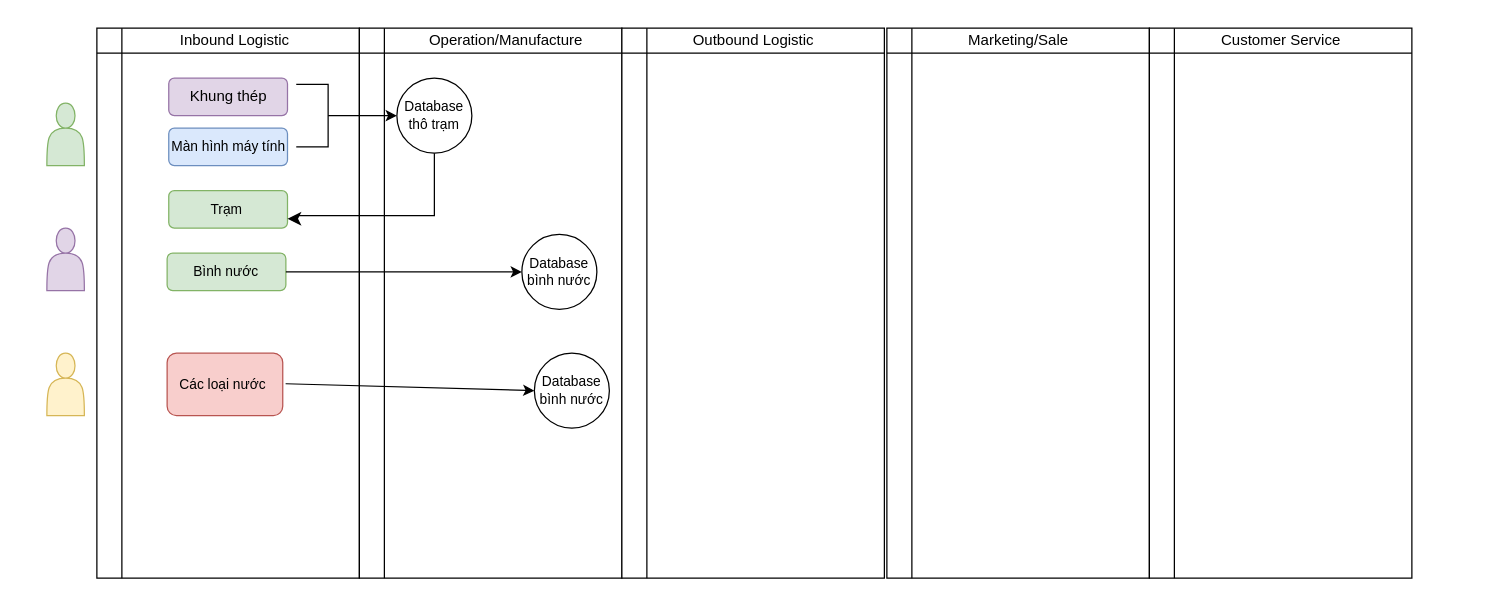
BaoLeViet/HTTTQL- keeps this draw.io diagram as Untitled Diagram.drawio. Above is the earlier version. Source tidied: cells renumbered, new cells numbered last; positions are measured from the earlier drawing's top-left corner, leaving out a move shared by most shapes. Both pictures are drawn from the tidied source at 125%, with x=0, y=0 at pixel (46, 21).
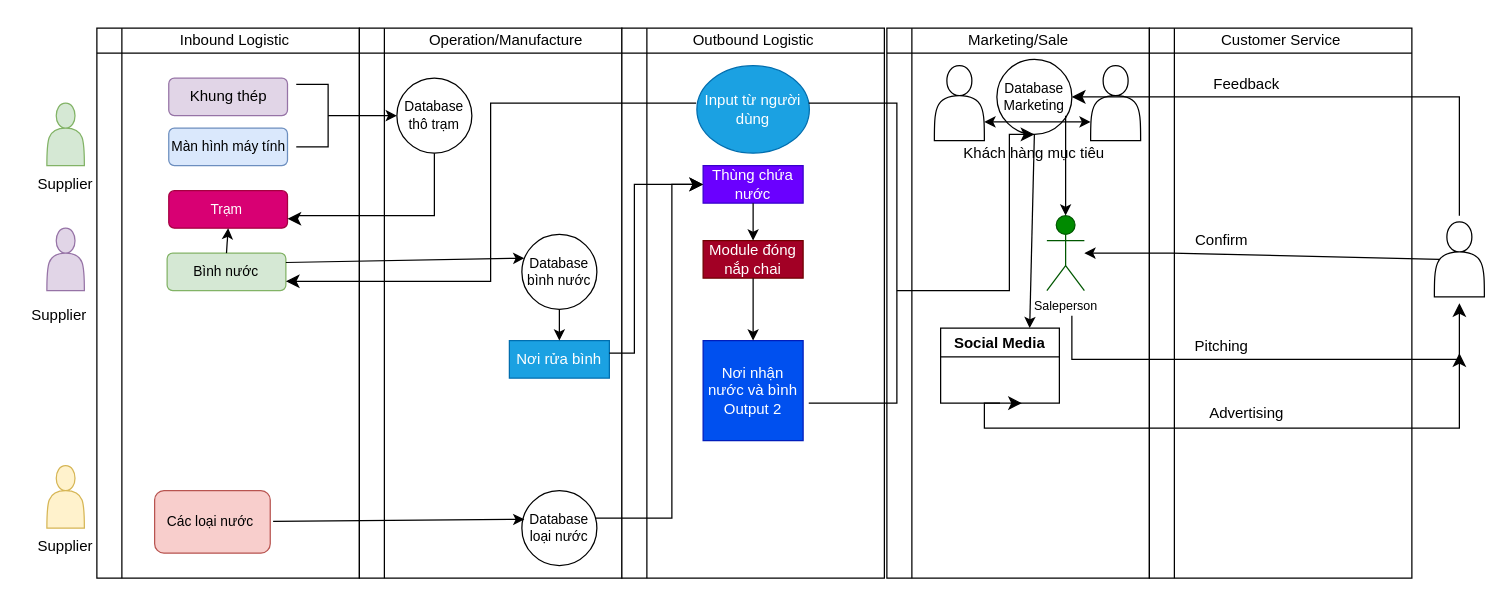
The same diagram, later.

Unchanged cells that the change refers to:
```xml
<mxCell id="14" value="&lt;span style=&quot;font-size: 11px;&quot;&gt;Bình nước&lt;/span&gt;" style="rounded=1;whiteSpace=wrap;html=1;fillColor=#d5e8d4;strokeColor=#82b366;" parent="1" vertex="1">
  <mxGeometry x="96.2" y="185" width="95" height="30" as="geometry" />
</mxCell>
<mxCell id="24" value="Database bình nước" style="ellipse;whiteSpace=wrap;html=1;fontSize=11;" parent="1" vertex="1">
  <mxGeometry x="380" y="170" width="60" height="60" as="geometry" />
</mxCell>
```

What changed in the source:
```diff
@@
-    <mxCell id="5" style="shape=internalStorage;whiteSpace=wrap;html=1;backgroundOutline=1;" parent="1" vertex="1">
+    <mxCell id="5" value="&lt;div style=&quot;&quot;&gt;&lt;br&gt;&lt;/div&gt;" style="shape=internalStorage;whiteSpace=wrap;html=1;backgroundOutline=1;align=center;" parent="1" vertex="1">
       <mxGeometry x="672" y="5" width="210" height="440" as="geometry" />
     </mxCell>
@@
     <mxCell id="15" value="&lt;span style=&quot;font-size: 11px;&quot;&gt;Các loại nước&amp;nbsp;&lt;/span&gt;" style="rounded=1;whiteSpace=wrap;html=1;fillColor=#f8cecc;strokeColor=#b85450;" parent="1" vertex="1">
-      <mxGeometry x="96.2" y="265" width="92.5" height="50" as="geometry" />
+      <mxGeometry x="86.2" y="375" width="92.5" height="50" as="geometry" />
     </mxCell>
@@
-    <mxCell id="19" value="&lt;span style=&quot;font-size: 11px;&quot;&gt;Trạm&amp;nbsp;&lt;/span&gt;" style="rounded=1;whiteSpace=wrap;html=1;fillColor=#d5e8d4;strokeColor=#82b366;" parent="1" vertex="1">
+    <mxCell id="19" value="&lt;span style=&quot;font-size: 11px;&quot;&gt;Trạm&amp;nbsp;&lt;/span&gt;" style="rounded=1;whiteSpace=wrap;html=1;fillColor=#d80073;strokeColor=#A50040;fontColor=#ffffff;" parent="1" vertex="1">
       <mxGeometry x="97.5" y="135" width="95" height="30" as="geometry" />
     </mxCell>
@@
     <mxCell id="23" style="shape=actor;whiteSpace=wrap;html=1;fillColor=#fff2cc;strokeColor=#d6b656;" parent="1" vertex="1">
-      <mxGeometry y="265" width="30" height="50" as="geometry" />
+      <mxGeometry y="355" width="30" height="50" as="geometry" />
     </mxCell>
@@
-    <mxCell id="25" style="endArrow=classic;html=1;rounded=0;entryX=0;entryY=0.5;entryDx=0;entryDy=0;exitX=1;exitY=0.5;exitDx=0;exitDy=0;" parent="1" edge="1" source="14" target="24">
+    <mxCell id="25" style="endArrow=classic;html=1;rounded=0;entryX=0.033;entryY=0.317;entryDx=0;entryDy=0;exitX=1;exitY=0.25;exitDx=0;exitDy=0;entryPerimeter=0;" parent="1" edge="1" source="14" target="24">
       <mxGeometry relative="1" as="geometry" />
     </mxCell>
-    <mxCell id="26" value="Database bình nước" style="ellipse;whiteSpace=wrap;html=1;fontSize=11;" parent="1" vertex="1">
-      <mxGeometry x="390" y="265" width="60" height="60" as="geometry" />
+    <mxCell id="26" value="Database loại nước" style="ellipse;whiteSpace=wrap;html=1;fontSize=11;" parent="1" vertex="1">
+      <mxGeometry x="380" y="375" width="60" height="60" as="geometry" />
     </mxCell>
-    <mxCell id="27" style="endArrow=classic;html=1;rounded=0;exitX=1;exitY=0.5;exitDx=0;exitDy=0;entryX=0;entryY=0.5;entryDx=0;entryDy=0;" parent="1" edge="1" target="26">
+    <mxCell id="27" style="endArrow=classic;html=1;rounded=0;exitX=1;exitY=0.5;exitDx=0;exitDy=0;entryX=0.033;entryY=0.383;entryDx=0;entryDy=0;entryPerimeter=0;" parent="1" edge="1" target="26">
       <mxGeometry relative="1" as="geometry">
-        <mxPoint x="191" y="289.5" as="sourcePoint" />
+        <mxPoint x="181" y="399.5" as="sourcePoint" />
       </mxGeometry>
     </mxCell>
+    <mxCell id="28" value="Nơi rửa bình" style="rounded=0;whiteSpace=wrap;html=1;fillColor=#1ba1e2;fontColor=#ffffff;strokeColor=#006EAF;" parent="1" vertex="1">
+      <mxGeometry x="370" y="255" width="80" height="30" as="geometry" />
+    </mxCell>
+    <mxCell id="29" style="endArrow=classic;html=1;rounded=0;entryX=0.5;entryY=0;entryDx=0;entryDy=0;exitX=0.5;exitY=1;exitDx=0;exitDy=0;" parent="1" edge="1" source="24" target="28">
+      <mxGeometry relative="1" as="geometry" />
+    </mxCell>
+    <mxCell id="30" value="Thùng chứa nước" style="rounded=0;whiteSpace=wrap;html=1;fillColor=#6a00ff;fontColor=#ffffff;strokeColor=#3700CC;" parent="1" vertex="1">
+      <mxGeometry x="525" y="115" width="80" height="30" as="geometry" />
+    </mxCell>
+    <mxCell id="31" style="edgeStyle=elbowEdgeStyle;elbow=horizontal;endArrow=classic;html=1;curved=0;rounded=0;endSize=8;startSize=8;entryX=0;entryY=0.5;entryDx=0;entryDy=0;" parent="1" edge="1" target="30">
+      <mxGeometry relative="1" as="geometry">
+        <mxPoint x="450" y="265" as="sourcePoint" />
+        <Array as="points">
+          <mxPoint x="470" y="75" />
+        </Array>
+      </mxGeometry>
+    </mxCell>
+    <mxCell id="32" style="edgeStyle=elbowEdgeStyle;elbow=horizontal;endArrow=classic;html=1;curved=0;rounded=0;endSize=8;startSize=8;entryX=0;entryY=0.5;entryDx=0;entryDy=0;exitX=0.983;exitY=0.367;exitDx=0;exitDy=0;exitPerimeter=0;" parent="1" edge="1" source="26" target="30">
+      <mxGeometry relative="1" as="geometry">
+        <Array as="points">
+          <mxPoint x="500" y="235" />
+        </Array>
+      </mxGeometry>
+    </mxCell>
+    <mxCell id="33" value="Module đóng nắp chai" style="rounded=0;whiteSpace=wrap;html=1;fillColor=#a20025;fontColor=#ffffff;strokeColor=#6F0000;" parent="1" vertex="1">
+      <mxGeometry x="525" y="175" width="80" height="30" as="geometry" />
+    </mxCell>
+    <mxCell id="34" style="endArrow=classic;html=1;rounded=0;entryX=0.5;entryY=0;entryDx=0;entryDy=0;exitX=0.5;exitY=1;exitDx=0;exitDy=0;" parent="1" edge="1" source="30" target="33">
+      <mxGeometry relative="1" as="geometry" />
+    </mxCell>
+    <mxCell id="35" value="Nơi nhận nước và bình Output 2" style="rounded=0;whiteSpace=wrap;html=1;fillColor=#0050ef;fontColor=#ffffff;strokeColor=#001DBC;" parent="1" vertex="1">
+      <mxGeometry x="525" y="255" width="80" height="80" as="geometry" />
+    </mxCell>
+    <mxCell id="36" style="endArrow=classic;html=1;rounded=0;entryX=0.5;entryY=0;entryDx=0;entryDy=0;exitX=0.5;exitY=1;exitDx=0;exitDy=0;" parent="1" edge="1" source="33" target="35">
+      <mxGeometry relative="1" as="geometry" />
+    </mxCell>
+    <mxCell id="37" style="endArrow=classic;html=1;rounded=0;exitX=0.5;exitY=0;exitDx=0;exitDy=0;entryX=0.5;entryY=1;entryDx=0;entryDy=0;" parent="1" edge="1" source="14" target="19">
+      <mxGeometry relative="1" as="geometry" />
+    </mxCell>
+    <mxCell id="38" value="Database Marketing" style="ellipse;whiteSpace=wrap;html=1;fontSize=11;" parent="1" vertex="1">
+      <mxGeometry x="760" y="30" width="60" height="60" as="geometry" />
+    </mxCell>
+    <mxCell id="39" style="shape=actor;whiteSpace=wrap;html=1;" parent="1" vertex="1">
+      <mxGeometry x="835" y="35" width="40" height="60" as="geometry" />
+    </mxCell>
+    <mxCell id="40" style="shape=actor;whiteSpace=wrap;html=1;" parent="1" vertex="1">
+      <mxGeometry x="710" y="35" width="40" height="60" as="geometry" />
+    </mxCell>
+    <mxCell id="41" value="Khách hàng mục tiêu" style="text;html=1;align=center;verticalAlign=middle;whiteSpace=wrap;rounded=0;" parent="1" vertex="1">
+      <mxGeometry x="715" y="90" width="150" height="30" as="geometry" />
+    </mxCell>
+    <mxCell id="42" value="Input từ người dùng" style="ellipse;whiteSpace=wrap;html=1;fillColor=#1ba1e2;fontColor=#ffffff;strokeColor=#006EAF;" parent="1" vertex="1">
+      <mxGeometry x="520" y="35" width="90" height="70" as="geometry" />
+    </mxCell>
+    <mxCell id="43" style="edgeStyle=elbowEdgeStyle;elbow=horizontal;endArrow=classic;html=1;curved=0;rounded=0;endSize=8;startSize=8;entryX=1;entryY=0.75;entryDx=0;entryDy=0;" parent="1" edge="1" target="14">
+      <mxGeometry relative="1" as="geometry">
+        <mxPoint x="519.4" y="65" as="sourcePoint" />
+      </mxGeometry>
+    </mxCell>
+    <mxCell id="44" style="shape=partialRectangle;whiteSpace=wrap;html=1;bottom=1;right=1;left=1;top=0;fillColor=none;routingCenterX=-0.5;rotation=-90;" parent="1" vertex="1">
+      <mxGeometry x="525" y="150" width="240" height="70" as="geometry" />
+    </mxCell>
+    <mxCell id="45" style="edgeStyle=segmentEdgeStyle;endArrow=classic;html=1;curved=0;rounded=0;endSize=8;startSize=8;entryX=0.5;entryY=0;entryDx=0;entryDy=0;" parent="1" edge="1" target="41">
+      <mxGeometry relative="1" as="geometry">
+        <mxPoint x="680" y="215" as="sourcePoint" />
+        <Array as="points">
+          <mxPoint x="770" y="215" />
+          <mxPoint x="770" y="90" />
+        </Array>
+      </mxGeometry>
+    </mxCell>
+    <mxCell id="46" style="endArrow=classic;startArrow=classic;html=1;rounded=0;exitX=1;exitY=0.75;exitDx=0;exitDy=0;entryX=0;entryY=0.75;entryDx=0;entryDy=0;" parent="1" edge="1" source="40" target="39">
+      <mxGeometry relative="1" as="geometry" />
+    </mxCell>
+    <mxCell id="47" value="Saleperson" style="shape=umlActor;verticalLabelPosition=bottom;verticalAlign=top;html=1;outlineConnect=0;fillColor=#008a00;fontColor=#000000;strokeColor=#005700;fontSize=10;" parent="1" vertex="1">
+      <mxGeometry x="800" y="155" width="30" height="60" as="geometry" />
+    </mxCell>
+    <mxCell id="48" style="endArrow=classic;html=1;rounded=0;entryX=0.5;entryY=0;entryDx=0;entryDy=0;entryPerimeter=0;" parent="1" edge="1" target="47">
+      <mxGeometry relative="1" as="geometry">
+        <mxPoint x="815" y="75" as="sourcePoint" />
+      </mxGeometry>
+    </mxCell>
+    <mxCell id="49" style="shape=actor;whiteSpace=wrap;html=1;" parent="1" vertex="1">
+      <mxGeometry x="1110" y="160" width="40" height="60" as="geometry" />
+    </mxCell>
+    <mxCell id="50" style="edgeStyle=segmentEdgeStyle;endArrow=classic;html=1;curved=0;rounded=0;endSize=8;startSize=8;" parent="1" edge="1">
+      <mxGeometry relative="1" as="geometry">
+        <mxPoint x="820" y="235" as="sourcePoint" />
+        <mxPoint x="1130" y="225" as="targetPoint" />
+        <Array as="points">
+          <mxPoint x="820" y="270" />
+          <mxPoint x="1130" y="270" />
+        </Array>
+      </mxGeometry>
+    </mxCell>
+    <mxCell id="51" style="endArrow=classic;html=1;rounded=0;exitX=0.1;exitY=0.5;exitDx=0;exitDy=0;exitPerimeter=0;" parent="1" edge="1" source="49" target="47">
+      <mxGeometry relative="1" as="geometry">
+        <Array as="points">
+          <mxPoint x="900" y="185" />
+          <mxPoint x="830" y="185" />
+        </Array>
+      </mxGeometry>
+    </mxCell>
+    <mxCell id="52" value="Pitching" style="text;html=1;align=center;verticalAlign=middle;whiteSpace=wrap;rounded=0;rotation=0;" parent="1" vertex="1">
+      <mxGeometry x="910" y="245" width="60" height="30" as="geometry" />
+    </mxCell>
+    <mxCell id="53" value="Confirm" style="text;html=1;align=center;verticalAlign=middle;whiteSpace=wrap;rounded=0;rotation=0;" parent="1" vertex="1">
+      <mxGeometry x="910" y="160" width="60" height="30" as="geometry" />
+    </mxCell>
+    <mxCell id="54" value="Social Media" style="swimlane;whiteSpace=wrap;html=1;" parent="1" vertex="1">
+      <mxGeometry x="715" y="245" width="95" height="60" as="geometry" />
+    </mxCell>
+    <mxCell id="55" style="endArrow=classic;html=1;rounded=0;entryX=0.75;entryY=0;entryDx=0;entryDy=0;exitX=0.5;exitY=1;exitDx=0;exitDy=0;" parent="1" edge="1" source="38" target="54">
+      <mxGeometry relative="1" as="geometry" />
+    </mxCell>
+    <mxCell id="56" style="edgeStyle=segmentEdgeStyle;endArrow=classic;html=1;curved=0;rounded=0;endSize=8;startSize=8;exitX=0.5;exitY=1;exitDx=0;exitDy=0;" parent="1" edge="1" source="54">
+      <mxGeometry relative="1" as="geometry">
+        <mxPoint x="1130" y="265" as="targetPoint" />
+        <Array as="points">
+          <mxPoint x="750" y="305" />
+          <mxPoint x="750" y="325" />
+          <mxPoint x="1130" y="325" />
+        </Array>
+      </mxGeometry>
+    </mxCell>
+    <mxCell id="57" style="edgeStyle=segmentEdgeStyle;endArrow=classic;html=1;curved=0;rounded=0;endSize=8;startSize=8;entryX=1;entryY=0.5;entryDx=0;entryDy=0;" parent="1" edge="1" target="38">
+      <mxGeometry relative="1" as="geometry">
+        <mxPoint x="1130" y="155" as="sourcePoint" />
+        <Array as="points">
+          <mxPoint x="1130" y="60" />
+        </Array>
+      </mxGeometry>
+    </mxCell>
+    <mxCell id="58" value="Feedback" style="text;html=1;align=center;verticalAlign=middle;whiteSpace=wrap;rounded=0;rotation=0;" parent="1" vertex="1">
+      <mxGeometry x="929.5" y="35" width="60" height="30" as="geometry" />
+    </mxCell>
+    <mxCell id="59" style="edgeStyle=segmentEdgeStyle;endArrow=classic;html=1;curved=0;rounded=0;endSize=8;startSize=8;" parent="1" edge="1">
+      <mxGeometry relative="1" as="geometry">
+        <mxPoint x="777" y="305" as="sourcePoint" />
+        <mxPoint x="780" y="305" as="targetPoint" />
+      </mxGeometry>
+    </mxCell>
+    <mxCell id="60" value="Advertising&lt;div&gt;&lt;br&gt;&lt;/div&gt;" style="text;html=1;align=center;verticalAlign=middle;whiteSpace=wrap;rounded=0;rotation=0;" parent="1" vertex="1">
+      <mxGeometry x="929.5" y="305" width="60" height="30" as="geometry" />
+    </mxCell>
+    <mxCell id="61" value="Supplier" style="text;html=1;align=center;verticalAlign=middle;whiteSpace=wrap;rounded=0;" parent="1" vertex="1">
+      <mxGeometry x="-15" y="115" width="60" height="30" as="geometry" />
+    </mxCell>
+    <mxCell id="62" value="Supplier" style="text;html=1;align=center;verticalAlign=middle;whiteSpace=wrap;rounded=0;" parent="1" vertex="1">
+      <mxGeometry x="-20" y="220" width="60" height="30" as="geometry" />
+    </mxCell>
+    <mxCell id="63" value="Supplier" style="text;html=1;align=center;verticalAlign=middle;whiteSpace=wrap;rounded=0;" parent="1" vertex="1">
+      <mxGeometry x="-15" y="405" width="60" height="30" as="geometry" />
+    </mxCell>
```
